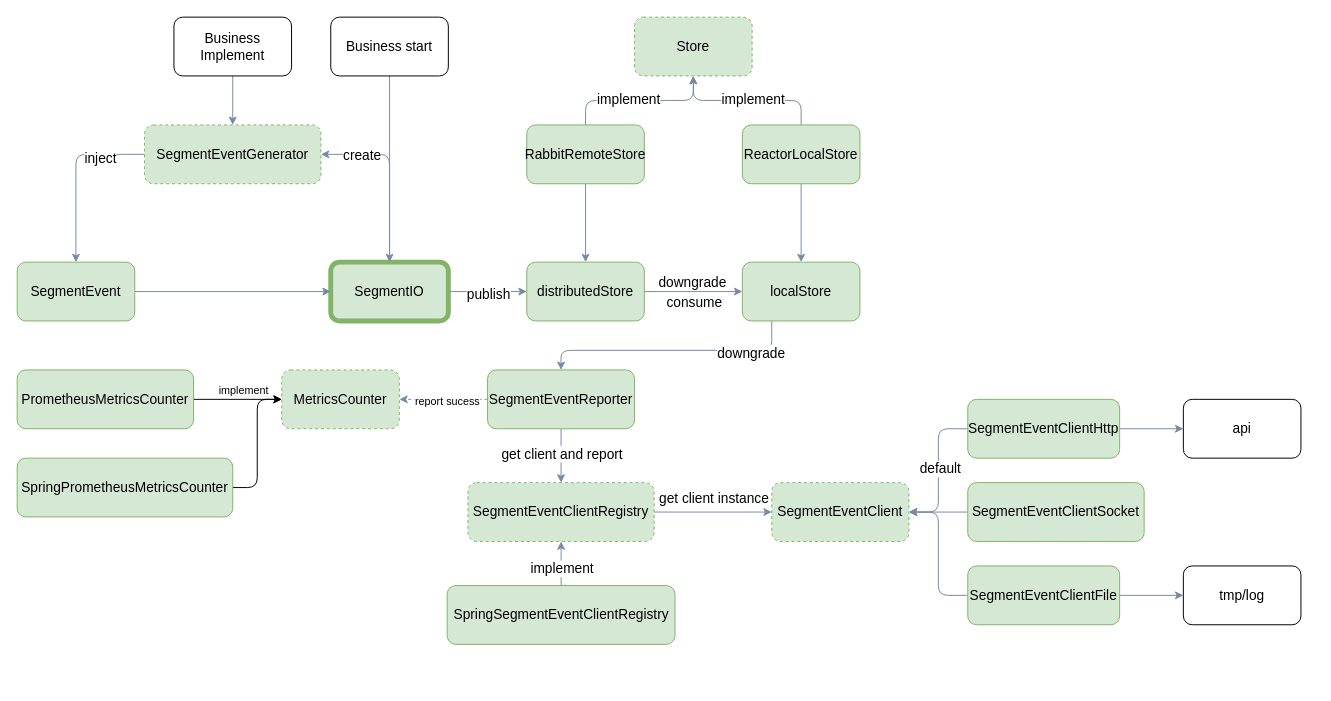
The draw.io diagram assets/SegmentEvent-V2.drawio in sheldon-pacvue/segmenet-event, before the edit. Source tidied: cells renumbered, new cells numbered last; positions are measured from the earlier drawing's top-left corner, leaving out a move shared by most shapes. Both pictures are drawn from the tidied source at 98%, with x=0, y=0 at pixel (17, 17).
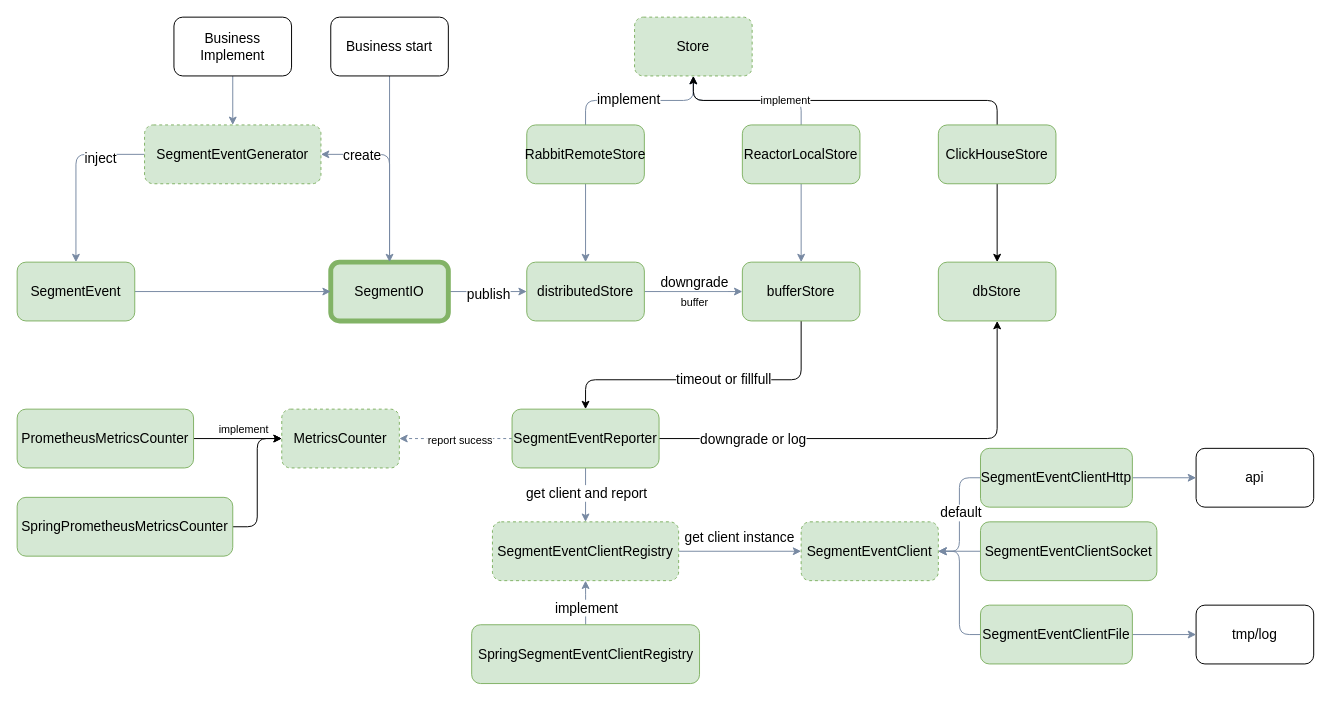
Above is the later version.

The change refers to these unchanged cells:
```xml
<mxCell id="18" style="edgeStyle=orthogonalEdgeStyle;rounded=1;jettySize=auto;html=1;exitX=1;exitY=0.5;exitDx=0;exitDy=0;strokeColor=#788AA3;fontColor=#000000;fillColor=#B2C9AB;entryX=0;entryY=0.5;entryDx=0;entryDy=0;labelBackgroundColor=none;fontSize=14;" parent="1" edge="1" source="25" target="28">
  <mxGeometry relative="1" as="geometry" />
</mxCell>
<mxCell id="21" value="Store" style="rounded=1;whiteSpace=wrap;html=1;strokeColor=#82b366;fillColor=#d5e8d4;dashed=1;labelBackgroundColor=none;fontSize=14;" parent="1" vertex="1">
  <mxGeometry x="630" width="120" height="60" as="geometry" />
</mxCell>
<mxCell id="53" style="edgeStyle=elbowEdgeStyle;html=1;entryX=0.5;entryY=1;entryDx=0;entryDy=0;elbow=vertical;strokeColor=#788AA3;" parent="1" edge="1" source="55" target="21">
  <mxGeometry relative="1" as="geometry" />
</mxCell>
```

The edit, as a diff of the source:
```diff
@@
-    <mxCell id="19" value="downgrade" style="edgeLabel;html=1;align=center;verticalAlign=middle;fontSize=14;rounded=1;" parent="18" vertex="1">
-      <mxGeometry x="-0.05" y="-1" relative="1" as="geometry">
-        <mxPoint y="-11" as="offset" />
-      </mxGeometry>
-    </mxCell>
-    <mxCell id="20" value="consume" style="edgeLabel;html=1;align=center;verticalAlign=middle;fontSize=14;rounded=1;" parent="18" vertex="1">
+    <mxCell id="20" value="downgrade" style="edgeLabel;html=1;align=center;verticalAlign=middle;fontSize=14;rounded=1;" parent="18" vertex="1">
       <mxGeometry x="0.01" y="-5" relative="1" as="geometry">
-        <mxPoint x="-1" y="5" as="offset" />
+        <mxPoint x="-1" y="-15" as="offset" />
       </mxGeometry>
     </mxCell>
+    <mxCell id="61" value="buffer" style="edgeLabel;html=1;align=center;verticalAlign=middle;" parent="18" vertex="1">
+      <mxGeometry x="0.13" y="1" relative="1" as="geometry">
+        <mxPoint x="-6" y="11" as="offset" />
+      </mxGeometry>
+    </mxCell>
@@
+    <mxCell id="62" style="edgeStyle=orthogonalEdgeStyle;rounded=1;jettySize=auto;html=1;entryX=0.5;entryY=1;entryDx=0;entryDy=0;" parent="1" edge="1" source="24" target="68">
+      <mxGeometry relative="1" as="geometry" />
+    </mxCell>
+    <mxCell id="63" value="downgrade or log" style="edgeLabel;html=1;align=center;verticalAlign=middle;fontSize=14;" parent="62" vertex="1">
+      <mxGeometry x="-0.62" y="-1" relative="1" as="geometry">
+        <mxPoint x="7" y="-1" as="offset" />
+      </mxGeometry>
+    </mxCell>
     <mxCell id="24" value="SegmentEventReporter" style="rounded=1;whiteSpace=wrap;html=1;strokeColor=#82b366;fillColor=#d5e8d4;labelBackgroundColor=none;fontSize=14;" parent="1" vertex="1">
-      <mxGeometry x="480" y="360" width="150" height="60" as="geometry" />
+      <mxGeometry x="505" y="400" width="150" height="60" as="geometry" />
     </mxCell>
@@
-    <mxCell id="26" style="edgeStyle=orthogonalEdgeStyle;rounded=1;jettySize=auto;html=1;strokeColor=#788AA3;fontColor=#000000;fillColor=#B2C9AB;entryX=0.5;entryY=0;entryDx=0;entryDy=0;labelBackgroundColor=none;fontSize=14;" parent="1" edge="1" source="28" target="24">
+    <mxCell id="26" style="edgeStyle=elbowEdgeStyle;rounded=1;jettySize=auto;html=1;entryX=0.5;entryY=0;entryDx=0;entryDy=0;elbow=vertical;" parent="1" edge="1" source="28" target="24">
       <mxGeometry relative="1" as="geometry">
         <Array as="points">
-          <mxPoint x="770" y="340" />
-          <mxPoint x="555" y="340" />
+          <mxPoint x="690" y="370" />
         </Array>
       </mxGeometry>
     </mxCell>
-    <mxCell id="27" value="downgrade" style="edgeLabel;html=1;align=center;verticalAlign=middle;fontSize=14;rounded=1;" parent="26" vertex="1">
-      <mxGeometry x="-0.61" y="2" relative="1" as="geometry" />
-    </mxCell>
+    <mxCell id="64" value="timeout or fillfull" style="edgeLabel;html=1;align=center;verticalAlign=middle;fontSize=14;" parent="26" vertex="1">
+      <mxGeometry x="-0.61" y="-1" relative="1" as="geometry">
+        <mxPoint x="-80" as="offset" />
+      </mxGeometry>
+    </mxCell>
-    <mxCell id="28" value="localStore" style="rounded=1;whiteSpace=wrap;html=1;strokeColor=#82b366;fillColor=#d5e8d4;labelBackgroundColor=none;fontSize=14;" parent="1" vertex="1">
+    <mxCell id="28" value="bufferStore" style="rounded=1;whiteSpace=wrap;html=1;strokeColor=#82b366;fillColor=#d5e8d4;labelBackgroundColor=none;fontSize=14;" parent="1" vertex="1">
       <mxGeometry x="740" y="250" width="120" height="60" as="geometry" />
     </mxCell>
@@
     <mxCell id="33" value="SegmentEventClientRegistry" style="rounded=1;whiteSpace=wrap;html=1;strokeColor=#82b366;fillColor=#d5e8d4;dashed=1;labelBackgroundColor=none;fontSize=14;" parent="1" vertex="1">
-      <mxGeometry x="460" y="475" width="190" height="60" as="geometry" />
+      <mxGeometry x="485" y="515" width="190" height="60" as="geometry" />
     </mxCell>
     <mxCell id="34" value="SpringSegmentEventClientRegistry" style="rounded=1;whiteSpace=wrap;html=1;strokeColor=#82b366;fillColor=#d5e8d4;labelBackgroundColor=none;fontSize=14;" parent="1" vertex="1">
-      <mxGeometry x="438.8" y="580" width="232.5" height="60" as="geometry" />
+      <mxGeometry x="463.8" y="620" width="232.5" height="60" as="geometry" />
     </mxCell>
     <mxCell id="35" value="SegmentEventClient" style="rounded=1;whiteSpace=wrap;html=1;strokeColor=#82b366;fillColor=#d5e8d4;dashed=1;labelBackgroundColor=none;fontSize=14;" parent="1" vertex="1">
-      <mxGeometry x="770" y="475" width="140" height="60" as="geometry" />
+      <mxGeometry x="800" y="515" width="140" height="60" as="geometry" />
     </mxCell>
@@
     <mxCell id="39" value="SegmentEventClientHttp" style="rounded=1;whiteSpace=wrap;html=1;strokeColor=#82b366;fillColor=#d5e8d4;labelBackgroundColor=none;fontSize=14;" parent="1" vertex="1">
-      <mxGeometry x="970" y="390" width="155" height="60" as="geometry" />
+      <mxGeometry x="983" y="440" width="155" height="60" as="geometry" />
     </mxCell>
     <mxCell id="40" value="MetricsCounter" style="rounded=1;whiteSpace=wrap;html=1;strokeColor=#82b366;fillColor=#d5e8d4;labelBackgroundColor=none;fontSize=14;dashed=1;" parent="1" vertex="1">
-      <mxGeometry x="270" y="360" width="120" height="60" as="geometry" />
+      <mxGeometry x="270" y="400" width="120" height="60" as="geometry" />
     </mxCell>
@@
     <mxCell id="44" value="SegmentEventClientFile" style="rounded=1;whiteSpace=wrap;html=1;strokeColor=#82b366;fillColor=#d5e8d4;labelBackgroundColor=none;fontSize=14;" parent="1" vertex="1">
-      <mxGeometry x="970" y="560" width="155" height="60" as="geometry" />
+      <mxGeometry x="983" y="600" width="155" height="60" as="geometry" />
     </mxCell>
     <mxCell id="45" value="tmp/log" style="rounded=1;whiteSpace=wrap;html=1;labelBackgroundColor=none;fontSize=14;" parent="1" vertex="1">
-      <mxGeometry x="1190" y="560" width="120" height="60" as="geometry" />
+      <mxGeometry x="1203" y="600" width="120" height="60" as="geometry" />
     </mxCell>
     <mxCell id="46" value="api" style="rounded=1;whiteSpace=wrap;html=1;labelBackgroundColor=none;fontSize=14;" parent="1" vertex="1">
-      <mxGeometry x="1190" y="390" width="120" height="60" as="geometry" />
+      <mxGeometry x="1203" y="440" width="120" height="60" as="geometry" />
     </mxCell>
     <mxCell id="47" value="SegmentEventClientSocket" style="rounded=1;whiteSpace=wrap;html=1;strokeColor=#82b366;fillColor=#d5e8d4;labelBackgroundColor=none;fontSize=14;" parent="1" vertex="1">
-      <mxGeometry x="970" y="475" width="180" height="60" as="geometry" />
+      <mxGeometry x="983" y="515" width="180" height="60" as="geometry" />
     </mxCell>
@@
-    <mxCell id="54" value="implement" style="edgeLabel;html=1;align=center;verticalAlign=middle;fontSize=14;rounded=1;" parent="53" vertex="1">
-      <mxGeometry x="0.2" y="-2" relative="1" as="geometry">
-        <mxPoint x="21" as="offset" />
-      </mxGeometry>
-    </mxCell>
@@
     <mxCell id="58" value="PrometheusMetricsCounter" style="rounded=1;whiteSpace=wrap;html=1;strokeColor=#82b366;fillColor=#d5e8d4;labelBackgroundColor=none;fontSize=14;" parent="1" vertex="1">
-      <mxGeometry y="360" width="180" height="60" as="geometry" />
+      <mxGeometry y="400" width="180" height="60" as="geometry" />
     </mxCell>
@@
     <mxCell id="60" value="SpringPrometheusMetricsCounter" style="rounded=1;whiteSpace=wrap;html=1;strokeColor=#82b366;fillColor=#d5e8d4;labelBackgroundColor=none;fontSize=14;" parent="1" vertex="1">
-      <mxGeometry y="450" width="220" height="60" as="geometry" />
+      <mxGeometry y="490" width="220" height="60" as="geometry" />
     </mxCell>
+    <mxCell id="65" style="edgeStyle=orthogonalEdgeStyle;rounded=1;jettySize=auto;html=1;exitX=0.5;exitY=0;exitDx=0;exitDy=0;entryX=0.5;entryY=1;entryDx=0;entryDy=0;" parent="1" edge="1" source="67" target="21">
+      <mxGeometry relative="1" as="geometry" />
+    </mxCell>
+    <mxCell id="54" value="implement" style="edgeLabel;html=1;align=center;verticalAlign=middle;" parent="65" vertex="1">
+      <mxGeometry x="0.21" y="-1" relative="1" as="geometry">
+        <mxPoint x="-24" as="offset" />
+      </mxGeometry>
+    </mxCell>
+    <mxCell id="66" style="edgeStyle=orthogonalEdgeStyle;rounded=1;jettySize=auto;html=1;" parent="1" edge="1" source="67" target="68">
+      <mxGeometry relative="1" as="geometry" />
+    </mxCell>
+    <mxCell id="67" value="ClickHouseStore" style="rounded=1;whiteSpace=wrap;html=1;strokeColor=#82b366;fillColor=#d5e8d4;labelBackgroundColor=none;fontSize=14;" parent="1" vertex="1">
+      <mxGeometry x="940" y="110" width="120" height="60" as="geometry" />
+    </mxCell>
+    <mxCell id="68" value="dbStore" style="rounded=1;whiteSpace=wrap;html=1;strokeColor=#82b366;fillColor=#d5e8d4;labelBackgroundColor=none;fontSize=14;" parent="1" vertex="1">
+      <mxGeometry x="940" y="250" width="120" height="60" as="geometry" />
+    </mxCell>
```
